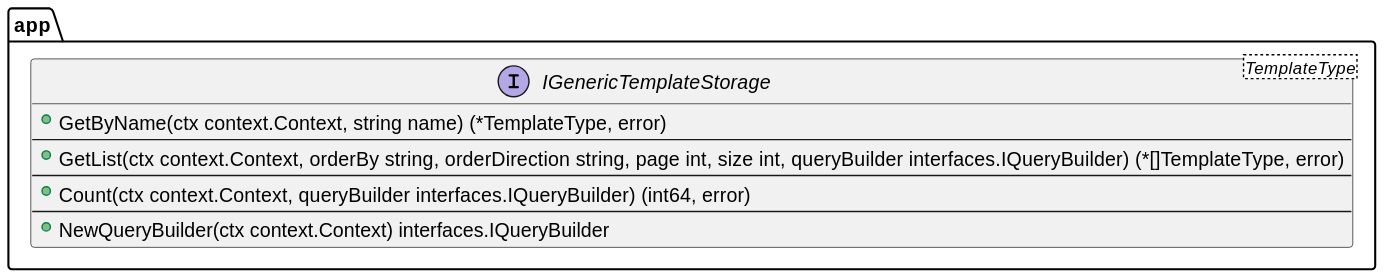
Before: docs/plantuml/interfaces/IGenericTemplateStorage.svg, a diagram exported from PlantUML (lf-edge/rol).
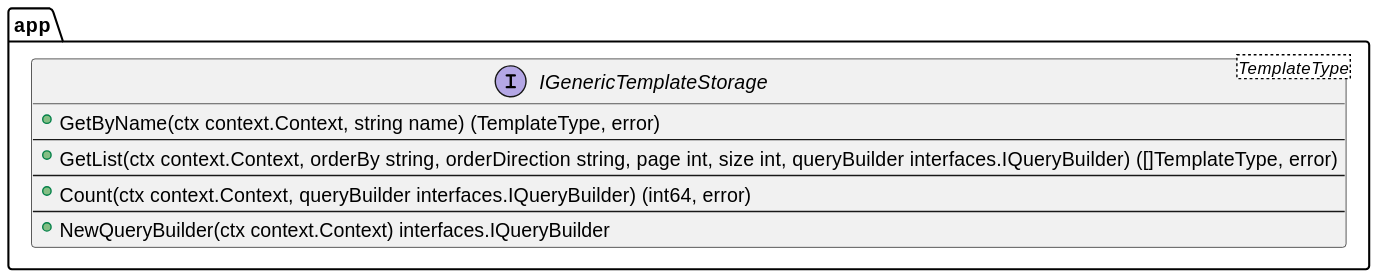
After the commit.

What changed in the source:
```diff
@@ -2,9 +2,9 @@
 
 package app {
     interface IGenericTemplateStorage<TemplateType> {
-        +GetByName(ctx context.Context, string name) (*TemplateType, error)
+        +GetByName(ctx context.Context, string name) (TemplateType, error)
         --
-        +GetList(ctx context.Context, orderBy string, orderDirection string, page int, size int, queryBuilder interfaces.IQueryBuilder) (*[]TemplateType, error)
+        +GetList(ctx context.Context, orderBy string, orderDirection string, page int, size int, queryBuilder interfaces.IQueryBuilder) ([]TemplateType, error)
         --
         +Count(ctx context.Context, queryBuilder interfaces.IQueryBuilder) (int64, error)
         --
```
